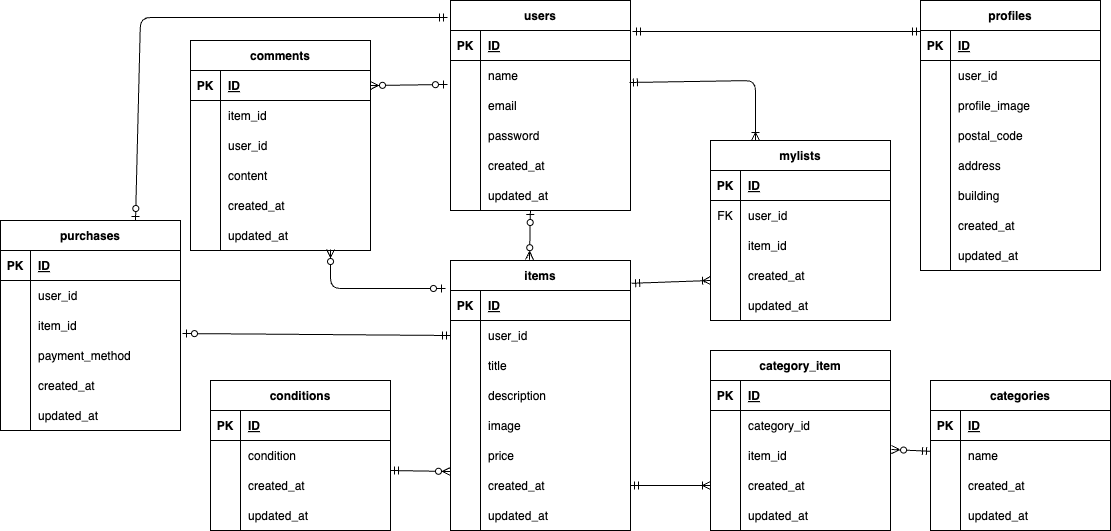
Before: marketplace-app.drawio.png, a diagram exported from draw.io (saaya0401/marketplace-app). Source tidied: cells renumbered, new cells last; positions are measured from the earlier drawing's top-left corner, leaving out a move shared by most shapes.
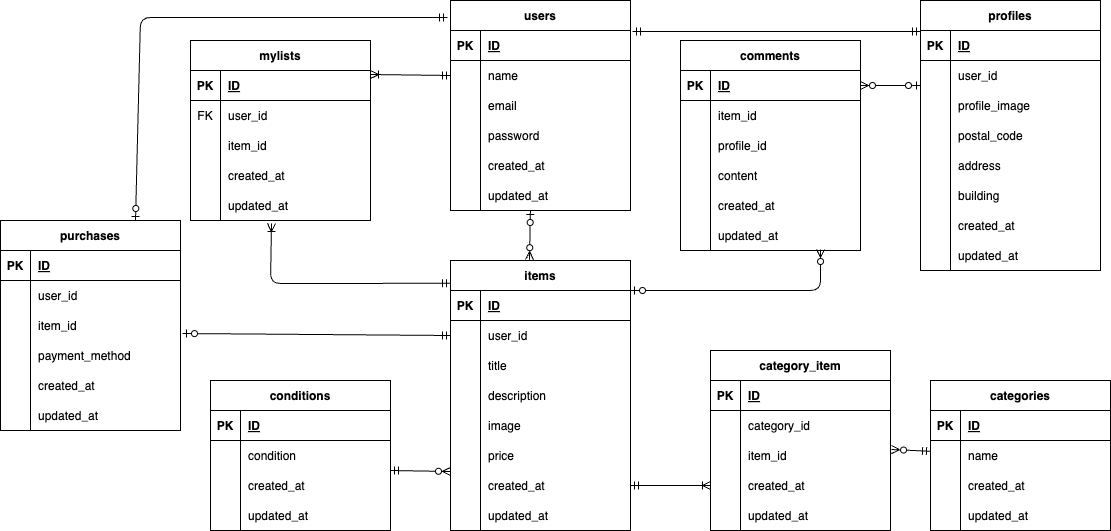
After the commit.

The edit, as a diff of the source:
```diff
@@ -60,7 +60,7 @@
       <mxGeometry x="30" width="150" height="30" as="geometry" />
     </mxCell>
     <mxCell id="21" value="mylists" style="shape=table;startSize=30;rowLines=0;fontStyle=1;align=center;" parent="1" vertex="1">
-      <mxGeometry x="710" y="140" width="180" height="180" as="geometry" />
+      <mxGeometry x="190" y="40" width="180" height="180" as="geometry" />
     </mxCell>
     <mxCell id="22" style="shape=tableRow;horizontal=0;startSize=0;swimlaneHead=0;swimlaneBody=0;fillColor=none;points=[[0,0.5],[1,0.5]];portConstraint=eastwest;top=0;left=0;right=0;bottom=1;" parent="21" vertex="1">
       <mxGeometry y="30" width="180" height="30" as="geometry" />
@@ -258,7 +258,7 @@
       <mxGeometry x="30" width="150" height="30" as="geometry" />
     </mxCell>
     <mxCell id="87" value="comments" style="shape=table;startSize=30;rowLines=0;fontStyle=1;align=center;" parent="1" vertex="1">
-      <mxGeometry x="190" y="40" width="180" height="210" as="geometry" />
+      <mxGeometry x="680" y="40" width="180" height="210" as="geometry" />
     </mxCell>
     <mxCell id="88" style="shape=tableRow;horizontal=0;startSize=0;swimlaneHead=0;swimlaneBody=0;fillColor=none;points=[[0,0.5],[1,0.5]];portConstraint=eastwest;top=0;left=0;right=0;bottom=1;" parent="87" vertex="1">
       <mxGeometry y="30" width="180" height="30" as="geometry" />
@@ -284,7 +284,7 @@
     <mxCell id="95" style="shape=partialRectangle;fillColor=none;top=0;left=0;bottom=0;right=0;overflow=hidden;" parent="94" vertex="1">
       <mxGeometry width="30" height="30" as="geometry" />
     </mxCell>
-    <mxCell id="96" value="user_id" style="shape=partialRectangle;fillColor=none;top=0;left=0;bottom=0;right=0;align=left;spacingLeft=6;overflow=hidden;" parent="94" vertex="1">
+    <mxCell id="96" value="profile_id" style="shape=partialRectangle;fillColor=none;top=0;left=0;bottom=0;right=0;align=left;spacingLeft=6;overflow=hidden;" parent="94" vertex="1">
       <mxGeometry x="30" width="150" height="30" as="geometry" />
     </mxCell>
     <mxCell id="97" style="shape=tableRow;horizontal=0;startSize=0;swimlaneHead=0;swimlaneBody=0;fillColor=none;top=0;left=0;right=0;bottom=0;" parent="87" vertex="1">
@@ -458,18 +458,14 @@
     <mxCell id="153" value="updated_at" style="shape=partialRectangle;fillColor=none;top=0;left=0;bottom=0;right=0;align=left;spacingLeft=6;overflow=hidden;" parent="151" vertex="1">
       <mxGeometry x="30" width="150" height="30" as="geometry" />
     </mxCell>
-    <mxCell id="154" style="fontSize=12;html=1;endArrow=ERzeroToMany;startArrow=ERzeroToOne;exitX=-0.017;exitY=0.8;exitDx=0;exitDy=0;exitPerimeter=0;entryX=1;entryY=0.5;entryDx=0;entryDy=0;" parent="1" edge="1" source="6" target="88">
+    <mxCell id="154" style="fontSize=12;html=1;endArrow=ERzeroToMany;startArrow=ERzeroToOne;exitX=0;exitY=0.833;exitDx=0;exitDy=0;entryX=1;entryY=0.5;entryDx=0;entryDy=0;exitPerimeter=0;" parent="1" edge="1" source="41" target="88">
       <mxGeometry relative="1" as="geometry" />
     </mxCell>
     <mxCell id="155" style="fontSize=12;html=1;endArrow=ERzeroToMany;startArrow=ERzeroToOne;exitX=0.444;exitY=1;exitDx=0;exitDy=0;exitPerimeter=0;entryX=0.439;entryY=-0.003;entryDx=0;entryDy=0;entryPerimeter=0;" parent="1" edge="1" source="18" target="62">
       <mxGeometry relative="1" as="geometry" />
     </mxCell>
-    <mxCell id="156" style="fontSize=12;html=1;endArrow=ERoneToMany;startArrow=ERmandOne;exitX=0.994;exitY=0.733;exitDx=0;exitDy=0;exitPerimeter=0;entryX=0.25;entryY=0;entryDx=0;entryDy=0;" parent="1" edge="1" source="6" target="21">
-      <mxGeometry relative="1" as="geometry">
-        <Array as="points">
-          <mxPoint x="755" y="80" />
-        </Array>
-      </mxGeometry>
+    <mxCell id="156" style="fontSize=12;html=1;endArrow=ERoneToMany;startArrow=ERmandOne;exitX=0;exitY=0.5;exitDx=0;exitDy=0;entryX=1;entryY=0.133;entryDx=0;entryDy=0;entryPerimeter=0;" parent="1" edge="1" source="6" target="22">
+      <mxGeometry relative="1" as="geometry" />
     </mxCell>
     <mxCell id="157" style="fontSize=12;html=1;endArrow=ERoneToMany;startArrow=ERmandOne;entryX=0;entryY=0.5;entryDx=0;entryDy=0;exitX=1;exitY=0.5;exitDx=0;exitDy=0;" parent="1" edge="1" source="81" target="129">
       <mxGeometry relative="1" as="geometry">
@@ -481,10 +477,11 @@
     <mxCell id="158" style="fontSize=12;html=1;endArrow=ERzeroToMany;startArrow=ERmandOne;entryX=1.006;entryY=0.3;entryDx=0;entryDy=0;entryPerimeter=0;" parent="1" edge="1" source="110" target="126">
       <mxGeometry relative="1" as="geometry" />
     </mxCell>
-    <mxCell id="159" style="fontSize=12;html=1;endArrow=ERzeroToMany;startArrow=ERzeroToOne;exitX=-0.028;exitY=-0.067;exitDx=0;exitDy=0;exitPerimeter=0;entryX=0.778;entryY=0.967;entryDx=0;entryDy=0;entryPerimeter=0;" parent="1" edge="1" source="63" target="103">
+    <mxCell id="159" style="fontSize=12;html=1;endArrow=ERzeroToMany;startArrow=ERzeroToOne;entryX=0.778;entryY=0.967;entryDx=0;entryDy=0;entryPerimeter=0;" parent="1" edge="1" target="103">
       <mxGeometry relative="1" as="geometry">
+        <mxPoint x="630" y="290" as="sourcePoint" />
         <Array as="points">
-          <mxPoint x="330" y="288" />
+          <mxPoint x="820" y="290" />
         </Array>
       </mxGeometry>
     </mxCell>
@@ -498,10 +495,12 @@
         </Array>
       </mxGeometry>
     </mxCell>
-    <mxCell id="162" style="fontSize=12;html=1;endArrow=ERoneToMany;startArrow=ERmandOne;entryX=-0.006;entryY=0.3;entryDx=0;entryDy=0;entryPerimeter=0;" parent="1" edge="1">
+    <mxCell id="162" style="fontSize=12;html=1;endArrow=ERoneToMany;startArrow=ERmandOne;entryX=0.45;entryY=1.1;entryDx=0;entryDy=0;entryPerimeter=0;" parent="1" edge="1" target="34">
       <mxGeometry relative="1" as="geometry">
-        <mxPoint x="631.1" y="282.8" as="sourcePoint" />
-        <mxPoint x="710" y="280" as="targetPoint" />
+        <mxPoint x="450" y="282.8" as="sourcePoint" />
+        <Array as="points">
+          <mxPoint x="270" y="283" />
+        </Array>
       </mxGeometry>
     </mxCell>
     <mxCell id="163" style="fontSize=12;html=1;endArrow=ERmandOne;startArrow=ERmandOne;entryX=0;entryY=0.033;entryDx=0;entryDy=0;entryPerimeter=0;exitX=1.011;exitY=0.033;exitDx=0;exitDy=0;exitPerimeter=0;" parent="1" edge="1" source="3" target="38">
```
